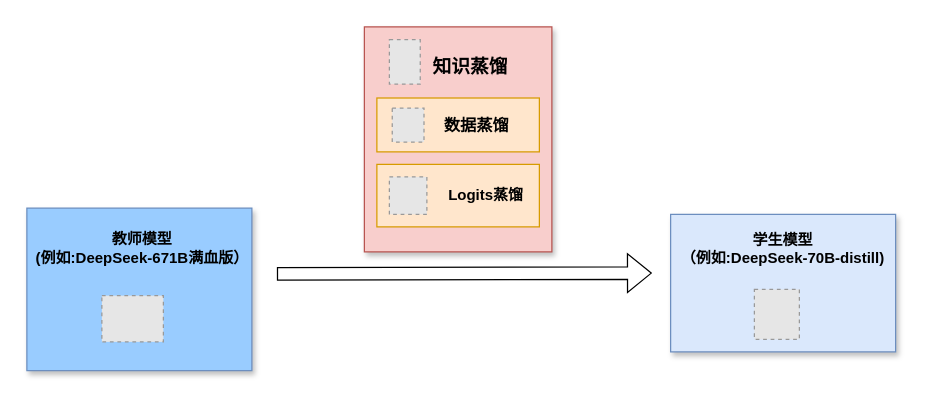
This is assets/知识蒸馏.drawio from ShizhongP/dl-notes, a draw.io file, before an edit. Source tidied: cells renumbered, new cells numbered last; positions are measured from the earlier drawing's top-left corner, leaving out a move shared by most shapes. Both pictures are drawn from the tidied source at 125%, with x=0, y=0 at pixel (26, 26). Pictures stored in the file or linked from it are replaced by grey dashed boxes.
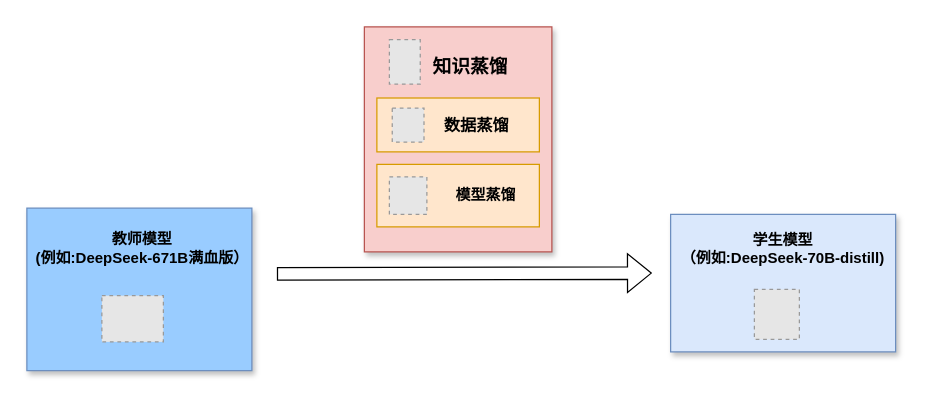
The same diagram, later.

Commit message:
更新知识蒸馏.drawio

The edit, as a diff of the source:
```diff
@@
 <mxGraphModel>
   <root>
     <mxCell id="0" />
     <mxCell id="1" parent="0" />
     <mxCell id="2" style="rounded=0;whiteSpace=wrap;html=1;fillColor=#99CCFF;strokeColor=#6c8ebf;shadow=1;" parent="1" vertex="1">
       <mxGeometry y="145" width="180" height="130" as="geometry" />
     </mxCell>
     <mxCell id="3" style="rounded=0;whiteSpace=wrap;html=1;fillColor=#f8cecc;strokeColor=#b85450;shadow=1;" parent="1" vertex="1">
       <mxGeometry x="270" width="150" height="180" as="geometry" />
     </mxCell>
     <mxCell id="4" style="fillColor=#E6E6E6;strokeColor=#999999;dashed=1;verticalLabelPosition=bottom;labelBackgroundColor=default;verticalAlign=top;" parent="1" vertex="1">
       <mxGeometry x="290" y="10.2" width="24.7" height="35.6" as="geometry" />
     </mxCell>
     <mxCell id="5" value="&lt;font style=&quot;font-size: 15px;&quot;&gt;&lt;b&gt;&lt;font&gt;知识蒸馏&lt;/font&gt;&lt;/b&gt;&lt;/font&gt;" style="text;html=1;align=center;verticalAlign=middle;whiteSpace=wrap;rounded=0;" parent="1" vertex="1">
       <mxGeometry x="320" y="15.8" width="70" height="30" as="geometry" />
     </mxCell>
     <mxCell id="6" style="rounded=0;whiteSpace=wrap;html=1;fillColor=#dae8fc;strokeColor=#6c8ebf;shadow=1;" parent="1" vertex="1">
       <mxGeometry x="515" y="150" width="180" height="110" as="geometry" />
     </mxCell>
     <mxCell id="7" style="shape=flexArrow;endArrow=classic;html=1;rounded=0;" parent="1" edge="1">
       <mxGeometry relative="1" as="geometry">
         <mxPoint x="200" y="197.5" as="sourcePoint" />
         <mxPoint x="500" y="197" as="targetPoint" />
       </mxGeometry>
     </mxCell>
     <mxCell id="8" style="rounded=0;whiteSpace=wrap;html=1;fillColor=#ffe6cc;strokeColor=#d79b00;" parent="1" vertex="1">
       <mxGeometry x="280" y="56.9" width="130" height="43.1" as="geometry" />
     </mxCell>
     <mxCell id="9" style="rounded=0;whiteSpace=wrap;html=1;fillColor=#ffe6cc;strokeColor=#d79b00;" parent="1" vertex="1">
       <mxGeometry x="280" y="110" width="130" height="50" as="geometry" />
     </mxCell>
     <mxCell id="10" value="&lt;div&gt;&lt;b&gt;教师模型&lt;/b&gt;&lt;/div&gt;&lt;div&gt;&lt;b&gt;(例如:DeepSeek-671B满血版）&lt;/b&gt;&lt;/div&gt;" style="text;html=1;align=center;verticalAlign=middle;whiteSpace=wrap;rounded=0;" parent="1" vertex="1">
       <mxGeometry x="5" y="156.9" width="175" height="40" as="geometry" />
     </mxCell>
     <mxCell id="11" style="fillColor=#E6E6E6;strokeColor=#999999;dashed=1;verticalLabelPosition=bottom;labelBackgroundColor=default;verticalAlign=top;" parent="1" vertex="1">
       <mxGeometry x="60" y="215" width="49.2" height="37" as="geometry" />
     </mxCell>
     <mxCell id="12" style="fillColor=#E6E6E6;strokeColor=#999999;dashed=1;verticalLabelPosition=bottom;labelBackgroundColor=default;verticalAlign=top;" parent="1" vertex="1">
       <mxGeometry x="290" y="120" width="30" height="30" as="geometry" />
     </mxCell>
-    <mxCell id="13" value="&lt;b&gt;Logits蒸馏&lt;/b&gt;" style="text;html=1;align=center;verticalAlign=middle;whiteSpace=wrap;rounded=0;" parent="1" vertex="1">
+    <mxCell id="13" value="&lt;b&gt;模型蒸馏&lt;/b&gt;" style="text;html=1;align=center;verticalAlign=middle;whiteSpace=wrap;rounded=0;" parent="1" vertex="1">
       <mxGeometry x="320" y="110" width="95" height="50" as="geometry" />
     </mxCell>
     <mxCell id="14" style="fillColor=#E6E6E6;strokeColor=#999999;dashed=1;verticalLabelPosition=bottom;labelBackgroundColor=default;verticalAlign=top;" parent="1" vertex="1">
       <mxGeometry x="292.3" y="64.9" width="25.4" height="27.2" as="geometry" />
     </mxCell>
     <mxCell id="15" value="&lt;b&gt;&lt;font style=&quot;font-size: 13px;&quot;&gt;数据蒸馏&lt;/font&gt;&lt;/b&gt;" style="text;html=1;align=center;verticalAlign=middle;whiteSpace=wrap;rounded=0;" parent="1" vertex="1">
       <mxGeometry x="330" y="63.5" width="60" height="30" as="geometry" />
     </mxCell>
     <mxCell id="16" style="fillColor=#E6E6E6;strokeColor=#999999;dashed=1;verticalLabelPosition=bottom;labelBackgroundColor=default;verticalAlign=top;" parent="1" vertex="1">
       <mxGeometry x="582" y="210" width="36" height="40" as="geometry" />
     </mxCell>
     <mxCell id="17" value="&lt;div align=&quot;center&quot;&gt;&lt;b&gt;学生模型&lt;/b&gt;&lt;/div&gt;&lt;div align=&quot;center&quot;&gt;&lt;b&gt;（例如:DeepSeek-70B-distill)&lt;/b&gt;&lt;/div&gt;" style="text;whiteSpace=wrap;html=1;align=center;" parent="1" vertex="1">
       <mxGeometry x="510" y="156.9" width="190" height="23.1" as="geometry" />
     </mxCell>
   </root>
 </mxGraphModel>
```
